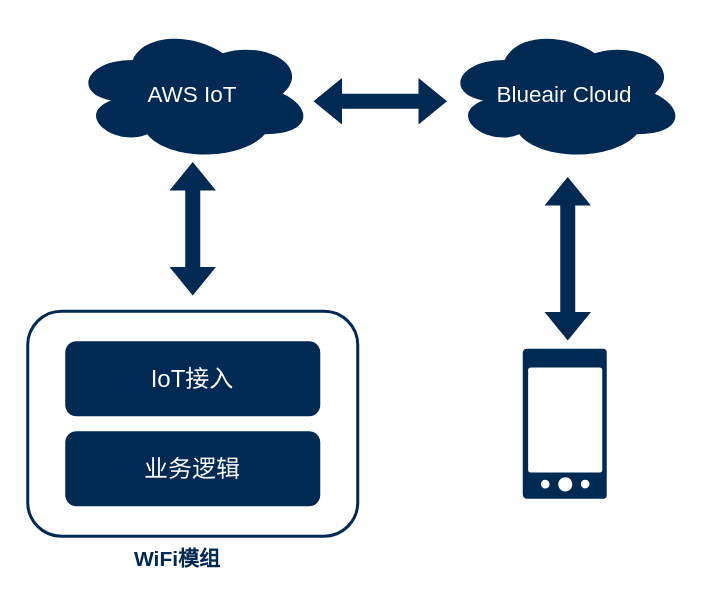
xunzhaoxusanduo/1-drawio keeps this draw.io diagram as Blueair-模组.drawio. Above is the earlier version. Source tidied: cells renumbered, new cells numbered last; positions are measured from the earlier drawing's top-left corner, leaving out a move shared by most shapes. Both pictures are drawn from the tidied source at 150%, with x=0, y=0 at pixel (27, 26).
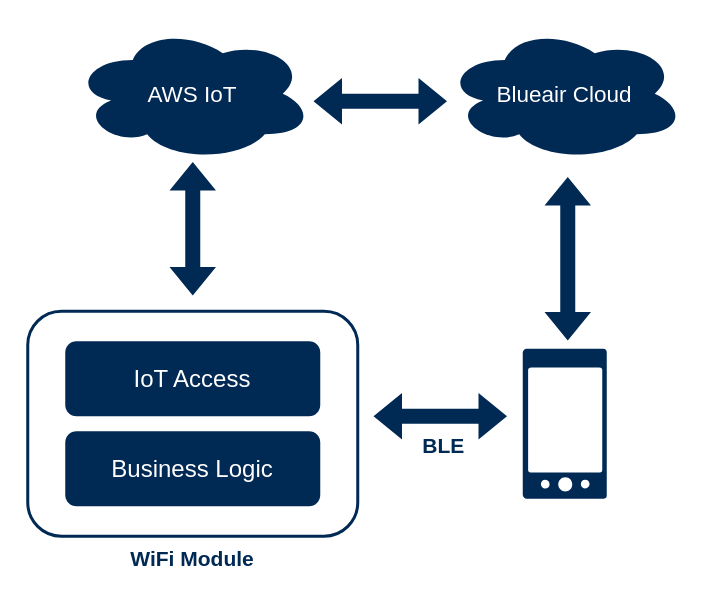
Above is the later version.

Change to the diagram source:
```diff
@@
 <mxGraphModel>
   <root>
     <mxCell id="0" />
     <mxCell id="1" parent="0" />
     <mxCell id="2" style="rounded=1;whiteSpace=wrap;html=1;strokeColor=#002954;strokeWidth=2;" parent="1" vertex="1">
       <mxGeometry y="190" width="220" height="150" as="geometry" />
     </mxCell>
-    <mxCell id="3" value="&lt;font style=&quot;font-size: 16px;&quot;&gt;IoT接入&lt;/font&gt;" style="rounded=1;whiteSpace=wrap;html=1;fillColor=#002954;strokeColor=none;fontColor=#FFFFFF;" parent="1" vertex="1">
+    <mxCell id="3" value="&lt;font style=&quot;font-size: 16px;&quot;&gt;IoT Access&lt;/font&gt;" style="rounded=1;whiteSpace=wrap;html=1;fillColor=#002954;strokeColor=none;fontColor=#FFFFFF;" parent="1" vertex="1">
       <mxGeometry x="25" y="210" width="170" height="50" as="geometry" />
     </mxCell>
-    <mxCell id="4" value="&lt;font style=&quot;font-size: 16px;&quot;&gt;业务逻辑&lt;/font&gt;" style="rounded=1;whiteSpace=wrap;html=1;fillColor=#002954;strokeColor=none;fontColor=#FFFFFF;" parent="1" vertex="1">
+    <mxCell id="4" value="&lt;font style=&quot;font-size: 16px;&quot;&gt;Business Logic&lt;/font&gt;" style="rounded=1;whiteSpace=wrap;html=1;fillColor=#002954;strokeColor=none;fontColor=#FFFFFF;" parent="1" vertex="1">
       <mxGeometry x="25" y="270" width="170" height="50" as="geometry" />
     </mxCell>
-    <mxCell id="5" value="&lt;font style=&quot;font-size: 14px;&quot; color=&quot;#002954&quot;&gt;WiFi模组&lt;/font&gt;" style="text;html=1;align=center;verticalAlign=middle;whiteSpace=wrap;rounded=0;fontStyle=1;fontSize=14;" parent="1" vertex="1">
-      <mxGeometry x="70" y="340" width="60" height="30" as="geometry" />
+    <mxCell id="5" value="&lt;font style=&quot;font-size: 14px;&quot; color=&quot;#002954&quot;&gt;WiFi Module&lt;/font&gt;" style="text;html=1;align=center;verticalAlign=middle;whiteSpace=wrap;rounded=0;fontStyle=1;fontSize=14;" parent="1" vertex="1">
+      <mxGeometry x="65" y="340" width="90" height="30" as="geometry" />
     </mxCell>
     <mxCell id="6" value="&lt;font style=&quot;font-size: 15px;&quot; color=&quot;#ffffff&quot;&gt;AWS IoT&lt;/font&gt;" style="ellipse;shape=cloud;whiteSpace=wrap;html=1;strokeColor=none;fillColor=#002954;" parent="1" vertex="1">
       <mxGeometry x="30" width="160" height="90" as="geometry" />
     </mxCell>
     <mxCell id="7" style="sketch=0;html=1;strokeColor=none;shadow=0;fillColor=#002954;verticalAlign=top;labelPosition=center;verticalLabelPosition=bottom;shape=mxgraph.gcp2.phone_android;" parent="1" vertex="1">
       <mxGeometry x="330" y="215" width="56" height="100" as="geometry" />
     </mxCell>
     <mxCell id="8" style="shape=flexArrow;endArrow=classic;startArrow=classic;html=1;rounded=0;strokeColor=none;fillColor=#002954;" parent="1" edge="1" target="6">
       <mxGeometry relative="1" as="geometry">
         <mxPoint x="110" y="180" as="sourcePoint" />
       </mxGeometry>
     </mxCell>
     <mxCell id="9" style="shape=flexArrow;endArrow=classic;startArrow=classic;html=1;rounded=0;strokeColor=none;fillColor=#002954;" parent="1" edge="1">
       <mxGeometry relative="1" as="geometry">
         <mxPoint x="360" y="210" as="sourcePoint" />
         <mxPoint x="360" y="100" as="targetPoint" />
       </mxGeometry>
     </mxCell>
     <mxCell id="10" value="&lt;font style=&quot;font-size: 15px;&quot; color=&quot;#ffffff&quot;&gt;Blueair Cloud&lt;/font&gt;" style="ellipse;shape=cloud;whiteSpace=wrap;html=1;strokeColor=none;fillColor=#002954;" parent="1" vertex="1">
       <mxGeometry x="278" width="160" height="90" as="geometry" />
     </mxCell>
     <mxCell id="11" style="shape=flexArrow;endArrow=classic;startArrow=classic;html=1;rounded=0;strokeColor=none;fillColor=#002954;" parent="1" edge="1">
       <mxGeometry relative="1" as="geometry">
         <mxPoint x="280" y="50" as="sourcePoint" />
         <mxPoint x="190" y="50" as="targetPoint" />
       </mxGeometry>
     </mxCell>
+    <mxCell id="12" style="shape=flexArrow;endArrow=classic;startArrow=classic;html=1;rounded=0;strokeColor=none;fillColor=#002954;" parent="1" edge="1">
+      <mxGeometry relative="1" as="geometry">
+        <mxPoint x="320" y="260" as="sourcePoint" />
+        <mxPoint x="230" y="260" as="targetPoint" />
+      </mxGeometry>
+    </mxCell>
+    <mxCell id="13" value="&lt;font style=&quot;font-size: 14px;&quot; color=&quot;#002954&quot;&gt;BLE&lt;/font&gt;" style="text;html=1;align=center;verticalAlign=middle;whiteSpace=wrap;rounded=0;fontStyle=1;fontSize=14;" parent="1" vertex="1">
+      <mxGeometry x="250" y="270" width="55" height="20" as="geometry" />
+    </mxCell>
   </root>
 </mxGraphModel>
```
